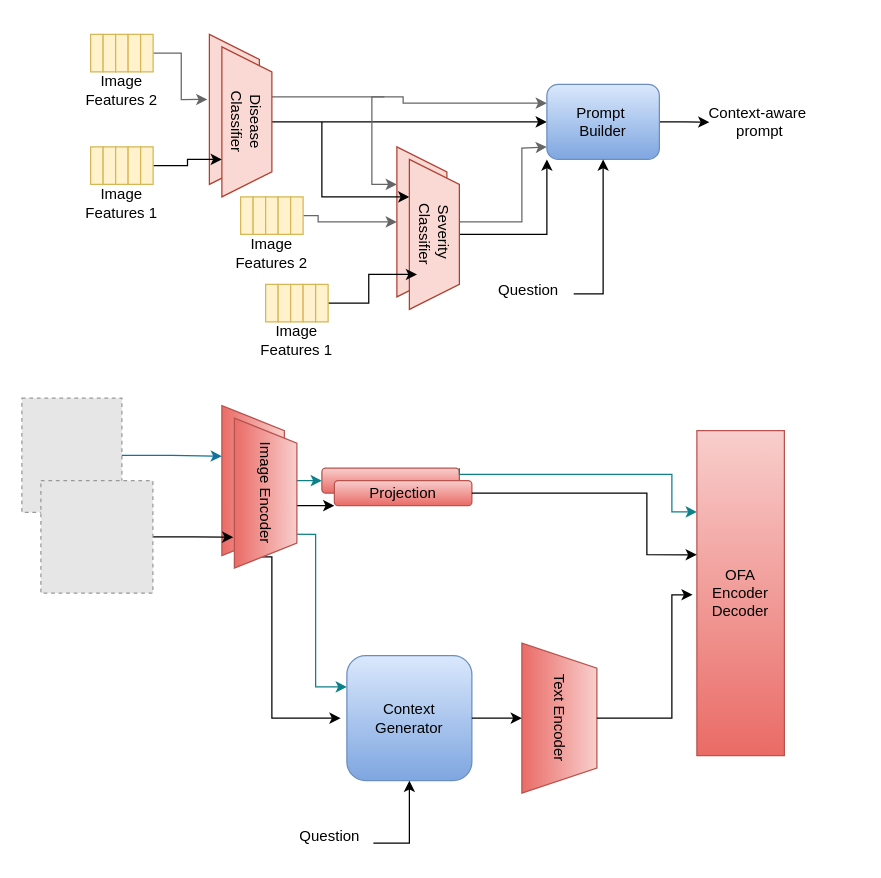
Above: page "Page-2" (2 of 2) of figure/Untitled Diagram.drawio in sebtum/context-aware-diffvqa (draw.io), before the change. Source tidied: cells renumbered, new cells numbered last; positions are measured from the earlier drawing's top-left corner, leaving out a move shared by most shapes. Both pictures are drawn from the tidied source at 125%, with x=0, y=0 at pixel (21, 34). Pictures stored in the file or linked from it are replaced by grey dashed boxes.
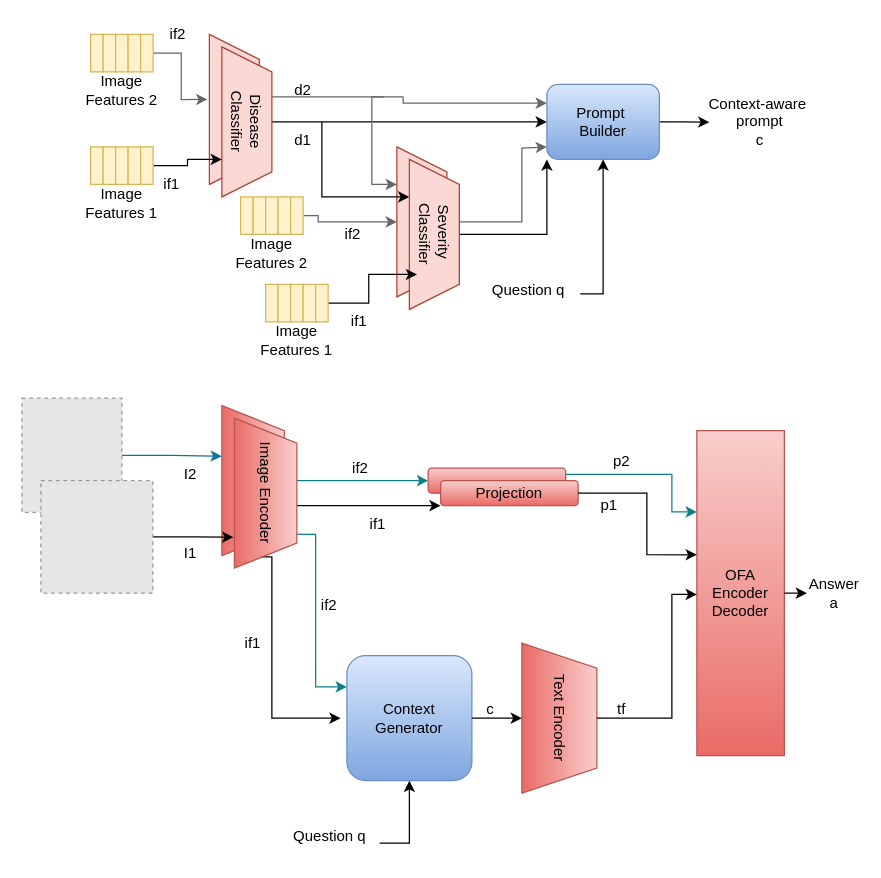
Above is the later version.

The change refers to these unchanged cells:
```xml
<mxCell id="10" value="OFA&lt;div&gt;Encoder&lt;/div&gt;&lt;div&gt;Decoder&lt;/div&gt;" style="rounded=0;whiteSpace=wrap;html=1;fillColor=#f8cecc;gradientColor=#ea6b66;strokeColor=#b85450;" parent="1" vertex="1">
  <mxGeometry x="540" y="317" width="70" height="260" as="geometry" />
</mxCell>
<mxCell id="15" value="Text Encoder" style="shape=trapezoid;perimeter=trapezoidPerimeter;whiteSpace=wrap;html=1;fixedSize=1;rotation=90;fillColor=#f8cecc;gradientColor=#ea6b66;strokeColor=#b85450;" parent="1" vertex="1">
  <mxGeometry x="370" y="517" width="120" height="60" as="geometry" />
</mxCell>
```

What changed in the source:
```diff
@@
     <mxCell id="7" style="rounded=1;whiteSpace=wrap;html=1;fillColor=#f8cecc;gradientColor=#ea6b66;strokeColor=#b85450;" parent="1" vertex="1">
-      <mxGeometry x="240" y="347" width="110" height="20" as="geometry" />
+      <mxGeometry x="325" y="347" width="110" height="20" as="geometry" />
     </mxCell>
@@
-    <mxCell id="9" style="edgeStyle=orthogonalEdgeStyle;rounded=0;jettySize=auto;html=1;exitX=1;exitY=0;exitDx=0;exitDy=0;fillColor=#b0e3e6;strokeColor=#0e8088;entryX=0;entryY=0.25;entryDx=0;entryDy=0;" parent="1" edge="1" source="7" target="10">
+    <mxCell id="9" style="edgeStyle=orthogonalEdgeStyle;rounded=0;jettySize=auto;html=1;exitX=1;exitY=0.25;exitDx=0;exitDy=0;fillColor=#b0e3e6;strokeColor=#0e8088;entryX=0;entryY=0.25;entryDx=0;entryDy=0;" parent="1" edge="1" source="7" target="10">
       <mxGeometry relative="1" as="geometry">
         <Array as="points">
-          <mxPoint x="350" y="352" />
           <mxPoint x="520" y="352" />
           <mxPoint x="520" y="382" />
         </Array>
       </mxGeometry>
     </mxCell>
@@
     <mxCell id="14" value="Projection" style="rounded=1;whiteSpace=wrap;html=1;fillColor=#f8cecc;gradientColor=#ea6b66;strokeColor=#b85450;" parent="1" vertex="1">
-      <mxGeometry x="250" y="357" width="110" height="20" as="geometry" />
+      <mxGeometry x="335" y="357" width="110" height="20" as="geometry" />
     </mxCell>
@@
-    <mxCell id="20" value="Question" style="text;html=1;align=center;verticalAlign=middle;points=[];strokeColor=none;fillColor=none;" parent="1" vertex="1">
-      <mxGeometry x="211.2" y="627" width="70" height="30" as="geometry" />
+    <mxCell id="20" value="Question q" style="text;html=1;align=center;verticalAlign=middle;points=[];strokeColor=none;fillColor=none;" parent="1" vertex="1">
+      <mxGeometry x="206.2" y="627" width="80" height="30" as="geometry" />
     </mxCell>
@@
-    <mxCell id="24" style="edgeStyle=orthogonalEdgeStyle;rounded=0;jettySize=auto;html=1;exitX=0.5;exitY=0;exitDx=0;exitDy=0;entryX=-0.048;entryY=0.505;entryDx=0;entryDy=0;entryPerimeter=0;" parent="1" edge="1" source="15" target="10">
+    <mxCell id="24" style="edgeStyle=orthogonalEdgeStyle;rounded=0;jettySize=auto;html=1;exitX=0.5;exitY=0;exitDx=0;exitDy=0;" parent="1" edge="1" source="15">
       <mxGeometry relative="1" as="geometry">
+        <mxPoint x="540" y="448" as="targetPoint" />
         <Array as="points">
           <mxPoint x="520" y="547" />
           <mxPoint x="520" y="448" />
         </Array>
       </mxGeometry>
     </mxCell>
@@
-    <mxCell id="35" value="Question" style="text;html=1;align=center;verticalAlign=middle;points=[];strokeColor=none;fillColor=none;" parent="1" vertex="1">
-      <mxGeometry x="370" y="190" width="70" height="30" as="geometry" />
+    <mxCell id="35" value="Question q" style="text;html=1;align=center;verticalAlign=middle;points=[];strokeColor=none;fillColor=none;" parent="1" vertex="1">
+      <mxGeometry x="365" y="190" width="80" height="30" as="geometry" />
     </mxCell>
@@
-    <mxCell id="41" value="Context-&lt;span style=&quot;background-color: transparent; color: light-dark(rgb(0, 0, 0), rgb(255, 255, 255));&quot;&gt;aware&amp;nbsp;&lt;/span&gt;&lt;div&gt;&lt;span style=&quot;background-color: transparent; color: light-dark(rgb(0, 0, 0), rgb(255, 255, 255));&quot;&gt;prompt&lt;/span&gt;&lt;/div&gt;" style="text;html=1;align=center;verticalAlign=middle;strokeColor=none;fillColor=none;" parent="1" vertex="1">
-      <mxGeometry x="540" y="50" width="100" height="40" as="geometry" />
+    <mxCell id="41" value="Context-&lt;span style=&quot;background-color: transparent; color: light-dark(rgb(0, 0, 0), rgb(255, 255, 255));&quot;&gt;aware&amp;nbsp;&lt;/span&gt;&lt;div&gt;&lt;span style=&quot;background-color: transparent; color: light-dark(rgb(0, 0, 0), rgb(255, 255, 255));&quot;&gt;prompt&lt;/span&gt;&lt;/div&gt;&lt;div&gt;&lt;span style=&quot;background-color: transparent; color: light-dark(rgb(0, 0, 0), rgb(255, 255, 255));&quot;&gt;c&lt;/span&gt;&lt;/div&gt;" style="text;html=1;align=center;verticalAlign=middle;strokeColor=none;fillColor=none;" parent="1" vertex="1">
+      <mxGeometry x="540" y="40" width="100" height="60" as="geometry" />
     </mxCell>
@@
+    <mxCell id="74" value="I1" style="text;html=1;align=center;verticalAlign=middle;whiteSpace=wrap;rounded=0;" parent="1" vertex="1">
+      <mxGeometry x="120" y="400" width="30" height="30" as="geometry" />
+    </mxCell>
+    <mxCell id="75" value="I2" style="text;html=1;align=center;verticalAlign=middle;whiteSpace=wrap;rounded=0;" parent="1" vertex="1">
+      <mxGeometry x="120" y="337" width="30" height="30" as="geometry" />
+    </mxCell>
+    <mxCell id="76" value="if1" style="text;html=1;align=center;verticalAlign=middle;whiteSpace=wrap;rounded=0;" parent="1" vertex="1">
+      <mxGeometry x="105" y="110" width="30" height="20" as="geometry" />
+    </mxCell>
+    <mxCell id="77" value="if2" style="text;html=1;align=center;verticalAlign=middle;whiteSpace=wrap;rounded=0;" parent="1" vertex="1">
+      <mxGeometry x="110" y="-10" width="30" height="20" as="geometry" />
+    </mxCell>
+    <mxCell id="78" value="if1" style="text;html=1;align=center;verticalAlign=middle;whiteSpace=wrap;rounded=0;" parent="1" vertex="1">
+      <mxGeometry x="255" y="220" width="30" height="20" as="geometry" />
+    </mxCell>
+    <mxCell id="79" value="if1" style="text;html=1;align=center;verticalAlign=middle;whiteSpace=wrap;rounded=0;" parent="1" vertex="1">
+      <mxGeometry x="170" y="477" width="30" height="20" as="geometry" />
+    </mxCell>
+    <mxCell id="80" value="if1" style="text;html=1;align=center;verticalAlign=middle;whiteSpace=wrap;rounded=0;" parent="1" vertex="1">
+      <mxGeometry x="270" y="382" width="30" height="20" as="geometry" />
+    </mxCell>
+    <mxCell id="81" value="if2" style="text;html=1;align=center;verticalAlign=middle;whiteSpace=wrap;rounded=0;" parent="1" vertex="1">
+      <mxGeometry x="250" y="150" width="30" height="20" as="geometry" />
+    </mxCell>
+    <mxCell id="82" value="if2" style="text;html=1;align=center;verticalAlign=middle;whiteSpace=wrap;rounded=0;" parent="1" vertex="1">
+      <mxGeometry x="256.2" y="337" width="30" height="20" as="geometry" />
+    </mxCell>
+    <mxCell id="83" value="if2" style="text;html=1;align=center;verticalAlign=middle;whiteSpace=wrap;rounded=0;" parent="1" vertex="1">
+      <mxGeometry x="231.2" y="447" width="30" height="20" as="geometry" />
+    </mxCell>
+    <mxCell id="84" value="d1" style="text;html=1;align=center;verticalAlign=middle;whiteSpace=wrap;rounded=0;" parent="1" vertex="1">
+      <mxGeometry x="210" y="70" width="30" height="30" as="geometry" />
+    </mxCell>
+    <mxCell id="85" value="d2" style="text;html=1;align=center;verticalAlign=middle;whiteSpace=wrap;rounded=0;" parent="1" vertex="1">
+      <mxGeometry x="210" y="30" width="30" height="30" as="geometry" />
+    </mxCell>
+    <mxCell id="86" value="c" style="text;html=1;align=center;verticalAlign=middle;whiteSpace=wrap;rounded=0;" parent="1" vertex="1">
+      <mxGeometry x="365" y="530" width="20" height="20" as="geometry" />
+    </mxCell>
+    <mxCell id="87" value="tf" style="text;html=1;align=center;verticalAlign=middle;whiteSpace=wrap;rounded=0;" parent="1" vertex="1">
+      <mxGeometry x="470" y="530" width="20" height="20" as="geometry" />
+    </mxCell>
+    <mxCell id="88" value="p1" style="text;html=1;align=center;verticalAlign=middle;whiteSpace=wrap;rounded=0;" parent="1" vertex="1">
+      <mxGeometry x="460" y="367" width="20" height="20" as="geometry" />
+    </mxCell>
+    <mxCell id="89" value="p2" style="text;html=1;align=center;verticalAlign=middle;whiteSpace=wrap;rounded=0;" parent="1" vertex="1">
+      <mxGeometry x="470" y="332" width="20" height="20" as="geometry" />
+    </mxCell>
+    <mxCell id="90" value="Answer&lt;div&gt;a&lt;/div&gt;" style="text;html=1;align=center;verticalAlign=middle;whiteSpace=wrap;rounded=0;" parent="1" vertex="1">
+      <mxGeometry x="630" y="432" width="40" height="30" as="geometry" />
+    </mxCell>
+    <mxCell id="91" style="edgeStyle=orthogonalEdgeStyle;rounded=0;jettySize=auto;html=1;exitX=1;exitY=0.5;exitDx=0;exitDy=0;entryX=-0.048;entryY=0.491;entryDx=0;entryDy=0;entryPerimeter=0;" parent="1" edge="1" source="10" target="90">
+      <mxGeometry relative="1" as="geometry" />
+    </mxCell>
```
